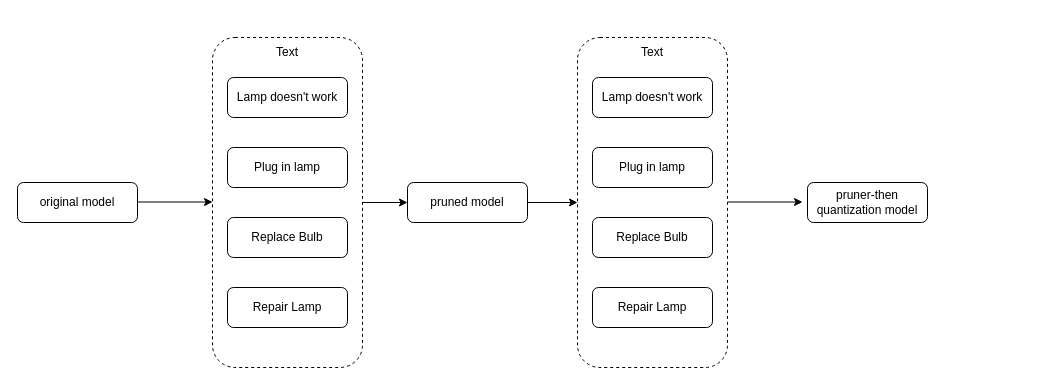
Before: 未命名绘图.drawio in Ice-wave/Ice-wave, a draw.io diagram. Source tidied: cells renumbered, new cells numbered last; positions are measured from the earlier drawing's top-left corner, leaving out a move shared by most shapes. Both pictures are drawn from the tidied source at 100%, with x=0, y=0 at pixel (17, 37).
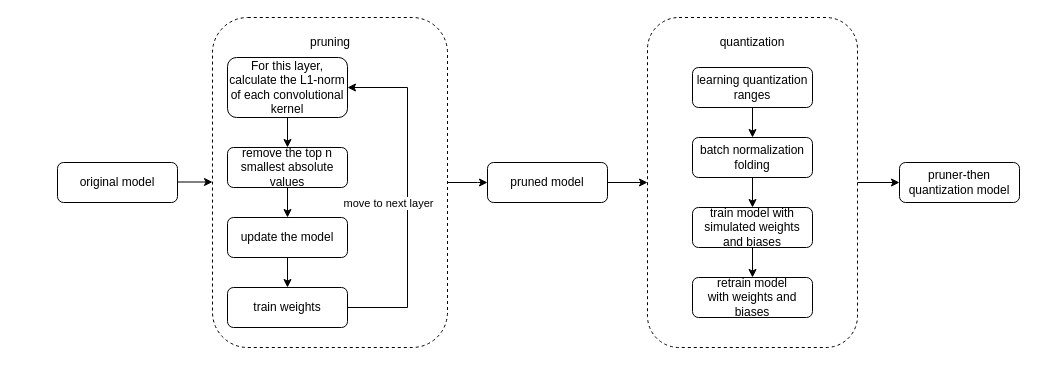
After the change.

Diff of the diagram source:
```diff
@@
     <mxCell id="2" style="edgeStyle=orthogonalEdgeStyle;rounded=0;jettySize=auto;html=1;exitX=1;exitY=0.5;exitDx=0;exitDy=0;entryX=0;entryY=0.5;entryDx=0;entryDy=0;" parent="1" edge="1" source="3" target="16">
-      <mxGeometry relative="1" as="geometry" />
+      <mxGeometry relative="1" as="geometry">
+        <Array as="points">
+          <mxPoint x="460" y="145" />
+          <mxPoint x="460" y="145" />
+        </Array>
+      </mxGeometry>
     </mxCell>
     <mxCell id="3" style="rounded=1;whiteSpace=wrap;html=1;fillColor=none;dashed=1;align=center;" parent="1" vertex="1">
-      <mxGeometry x="195" width="150" height="330" as="geometry" />
+      <mxGeometry x="195" y="-20" width="235" height="330" as="geometry" />
     </mxCell>
+    <mxCell id="21" style="edgeStyle=orthogonalEdgeStyle;rounded=0;jettySize=auto;html=1;exitX=0.5;exitY=1;exitDx=0;exitDy=0;entryX=0.5;entryY=0;entryDx=0;entryDy=0;" parent="1" edge="1" source="4" target="5">
+      <mxGeometry relative="1" as="geometry" />
+    </mxCell>
-    <mxCell id="4" value="Lamp doesn't work" style="rounded=1;whiteSpace=wrap;html=1;fontSize=12;glass=0;strokeWidth=1;shadow=0;" parent="1" vertex="1">
-      <mxGeometry x="210" y="40" width="120" height="40" as="geometry" />
+    <mxCell id="4" value="For this layer, calculate the L1-norm of each convolutional kernel" style="rounded=1;whiteSpace=wrap;html=1;fontSize=12;glass=0;strokeWidth=1;shadow=0;" parent="1" vertex="1">
+      <mxGeometry x="210" y="20" width="120" height="60" as="geometry" />
     </mxCell>
+    <mxCell id="22" style="edgeStyle=orthogonalEdgeStyle;rounded=0;jettySize=auto;html=1;exitX=0.5;exitY=1;exitDx=0;exitDy=0;" parent="1" edge="1" source="5" target="7">
+      <mxGeometry relative="1" as="geometry" />
+    </mxCell>
-    <mxCell id="5" value="Plug in lamp" style="rounded=1;whiteSpace=wrap;html=1;fontSize=12;glass=0;strokeWidth=1;shadow=0;" parent="1" vertex="1">
+    <mxCell id="5" value="remove the top n smallest absolute values" style="rounded=1;whiteSpace=wrap;html=1;fontSize=12;glass=0;strokeWidth=1;shadow=0;" parent="1" vertex="1">
       <mxGeometry x="210" y="110" width="120" height="40" as="geometry" />
     </mxCell>
-    <mxCell id="6" value="Repair Lamp" style="rounded=1;whiteSpace=wrap;html=1;fontSize=12;glass=0;strokeWidth=1;shadow=0;" parent="1" vertex="1">
+    <mxCell id="6" value="train weights" style="rounded=1;whiteSpace=wrap;html=1;fontSize=12;glass=0;strokeWidth=1;shadow=0;" parent="1" vertex="1">
       <mxGeometry x="210" y="250" width="120" height="40" as="geometry" />
     </mxCell>
+    <mxCell id="23" style="edgeStyle=orthogonalEdgeStyle;rounded=0;jettySize=auto;html=1;entryX=1;entryY=0.5;entryDx=0;entryDy=0;exitX=1;exitY=0.5;exitDx=0;exitDy=0;" parent="1" edge="1" source="6" target="4">
+      <mxGeometry relative="1" as="geometry">
+        <Array as="points">
+          <mxPoint x="390" y="270" />
+          <mxPoint x="390" y="50" />
+        </Array>
+      </mxGeometry>
+    </mxCell>
+    <mxCell id="24" value="move to next layer" style="edgeLabel;html=1;align=center;verticalAlign=middle;" parent="23" vertex="1">
+      <mxGeometry x="-0.24" y="1" relative="1" as="geometry">
+        <mxPoint x="-19" y="-36" as="offset" />
+      </mxGeometry>
+    </mxCell>
+    <mxCell id="25" style="edgeStyle=orthogonalEdgeStyle;rounded=0;jettySize=auto;html=1;exitX=0.5;exitY=1;exitDx=0;exitDy=0;entryX=0.5;entryY=0;entryDx=0;entryDy=0;" parent="1" edge="1" source="7" target="6">
+      <mxGeometry relative="1" as="geometry" />
+    </mxCell>
-    <mxCell id="7" value="Replace Bulb" style="rounded=1;whiteSpace=wrap;html=1;fontSize=12;glass=0;strokeWidth=1;shadow=0;" parent="1" vertex="1">
+    <mxCell id="7" value="update the model" style="rounded=1;whiteSpace=wrap;html=1;fontSize=12;glass=0;strokeWidth=1;shadow=0;" parent="1" vertex="1">
       <mxGeometry x="210" y="180" width="120" height="40" as="geometry" />
     </mxCell>
+    <mxCell id="26" style="edgeStyle=orthogonalEdgeStyle;rounded=0;jettySize=auto;html=1;entryX=0;entryY=0.5;entryDx=0;entryDy=0;" parent="1" edge="1" source="8" target="18">
+      <mxGeometry relative="1" as="geometry" />
+    </mxCell>
     <mxCell id="8" style="rounded=1;whiteSpace=wrap;html=1;fillColor=none;dashed=1;" parent="1" vertex="1">
-      <mxGeometry x="560" width="150" height="330" as="geometry" />
+      <mxGeometry x="630" y="-20" width="210" height="330" as="geometry" />
     </mxCell>
+    <mxCell id="27" style="edgeStyle=orthogonalEdgeStyle;rounded=0;jettySize=auto;html=1;" parent="1" edge="1" source="9" target="10">
+      <mxGeometry relative="1" as="geometry" />
+    </mxCell>
-    <mxCell id="9" value="Lamp doesn't work" style="rounded=1;whiteSpace=wrap;html=1;fontSize=12;glass=0;strokeWidth=1;shadow=0;" parent="1" vertex="1">
-      <mxGeometry x="575" y="40" width="120" height="40" as="geometry" />
+    <mxCell id="9" value="learning quantization ranges" style="rounded=1;whiteSpace=wrap;html=1;fontSize=12;glass=0;strokeWidth=1;shadow=0;" parent="1" vertex="1">
+      <mxGeometry x="675" y="30" width="120" height="40" as="geometry" />
     </mxCell>
+    <mxCell id="28" style="edgeStyle=orthogonalEdgeStyle;rounded=0;jettySize=auto;html=1;entryX=0.5;entryY=0;entryDx=0;entryDy=0;" parent="1" edge="1" source="10" target="12">
+      <mxGeometry relative="1" as="geometry" />
+    </mxCell>
-    <mxCell id="10" value="Plug in lamp" style="rounded=1;whiteSpace=wrap;html=1;fontSize=12;glass=0;strokeWidth=1;shadow=0;" parent="1" vertex="1">
-      <mxGeometry x="575" y="110" width="120" height="40" as="geometry" />
+    <mxCell id="10" value="batch normalization folding" style="rounded=1;whiteSpace=wrap;html=1;fontSize=12;glass=0;strokeWidth=1;shadow=0;" parent="1" vertex="1">
+      <mxGeometry x="675" y="100" width="120" height="40" as="geometry" />
     </mxCell>
-    <mxCell id="11" value="Repair Lamp" style="rounded=1;whiteSpace=wrap;html=1;fontSize=12;glass=0;strokeWidth=1;shadow=0;" parent="1" vertex="1">
-      <mxGeometry x="575" y="250" width="120" height="40" as="geometry" />
-    </mxCell>
+    <mxCell id="29" style="edgeStyle=orthogonalEdgeStyle;rounded=0;jettySize=auto;html=1;entryX=0.5;entryY=0;entryDx=0;entryDy=0;" parent="1" edge="1" source="12" target="30">
+      <mxGeometry relative="1" as="geometry" />
+    </mxCell>
-    <mxCell id="12" value="Replace Bulb" style="rounded=1;whiteSpace=wrap;html=1;fontSize=12;glass=0;strokeWidth=1;shadow=0;" parent="1" vertex="1">
-      <mxGeometry x="575" y="180" width="120" height="40" as="geometry" />
+    <mxCell id="12" value="train model with simulated weights and biases" style="rounded=1;whiteSpace=wrap;html=1;fontSize=12;glass=0;strokeWidth=1;shadow=0;" parent="1" vertex="1">
+      <mxGeometry x="675" y="170" width="120" height="40" as="geometry" />
     </mxCell>
     <mxCell id="13" style="endArrow=classic;html=1;rounded=0;" parent="1" edge="1">
       <mxGeometry relative="1" as="geometry">
-        <mxPoint x="120" y="164.5" as="sourcePoint" />
-        <mxPoint x="195" y="164.5" as="targetPoint" />
+        <mxPoint x="120" y="144.5" as="sourcePoint" />
+        <mxPoint x="195" y="144.5" as="targetPoint" />
       </mxGeometry>
     </mxCell>
-    <mxCell id="14" style="endArrow=classic;html=1;rounded=0;" parent="1" edge="1">
-      <mxGeometry relative="1" as="geometry">
-        <mxPoint x="710" y="164.5" as="sourcePoint" />
-        <mxPoint x="785" y="164.5" as="targetPoint" />
-      </mxGeometry>
-    </mxCell>
     <mxCell id="15" style="edgeStyle=orthogonalEdgeStyle;rounded=0;jettySize=auto;html=1;exitX=1;exitY=0.5;exitDx=0;exitDy=0;entryX=0;entryY=0.5;entryDx=0;entryDy=0;" parent="1" edge="1" source="16" target="8">
-      <mxGeometry relative="1" as="geometry" />
+      <mxGeometry relative="1" as="geometry">
+        <Array as="points">
+          <mxPoint x="630" y="145" />
+          <mxPoint x="630" y="145" />
+        </Array>
+      </mxGeometry>
     </mxCell>
     <mxCell id="16" value="pruned model" style="rounded=1;whiteSpace=wrap;html=1;fontSize=12;glass=0;strokeWidth=1;shadow=0;" parent="1" vertex="1">
-      <mxGeometry x="390" y="145" width="120" height="40" as="geometry" />
+      <mxGeometry x="470" y="125" width="120" height="40" as="geometry" />
     </mxCell>
     <mxCell id="17" value="original model" style="rounded=1;whiteSpace=wrap;html=1;fontSize=12;glass=0;strokeWidth=1;shadow=0;" parent="1" vertex="1">
-      <mxGeometry y="145" width="120" height="40" as="geometry" />
+      <mxGeometry x="40" y="125" width="120" height="40" as="geometry" />
     </mxCell>
     <mxCell id="18" value="pruner-then quantization model" style="rounded=1;whiteSpace=wrap;html=1;fontSize=12;glass=0;strokeWidth=1;shadow=0;" parent="1" vertex="1">
-      <mxGeometry x="790" y="145" width="120" height="40" as="geometry" />
+      <mxGeometry x="882" y="125" width="120" height="40" as="geometry" />
     </mxCell>
-    <mxCell id="19" value="Text" style="text;html=1;strokeColor=none;fillColor=none;align=center;verticalAlign=middle;whiteSpace=wrap;rounded=0;" parent="1" vertex="1">
-      <mxGeometry x="240" width="60" height="30" as="geometry" />
+    <mxCell id="19" value="pruning" style="text;html=1;strokeColor=none;fillColor=none;align=center;verticalAlign=middle;whiteSpace=wrap;rounded=0;" parent="1" vertex="1">
+      <mxGeometry x="282.5" y="-10" width="60" height="30" as="geometry" />
     </mxCell>
-    <mxCell id="20" value="Text" style="text;html=1;strokeColor=none;fillColor=none;align=center;verticalAlign=middle;whiteSpace=wrap;rounded=0;" parent="1" vertex="1">
-      <mxGeometry x="605" width="60" height="30" as="geometry" />
+    <mxCell id="20" value="quantization" style="text;html=1;strokeColor=none;fillColor=none;align=center;verticalAlign=middle;whiteSpace=wrap;rounded=0;" parent="1" vertex="1">
+      <mxGeometry x="705" y="-10" width="60" height="30" as="geometry" />
     </mxCell>
+    <mxCell id="30" value="retrain model with&amp;nbsp;weights and biases" style="rounded=1;whiteSpace=wrap;html=1;fontSize=12;glass=0;strokeWidth=1;shadow=0;" parent="1" vertex="1">
+      <mxGeometry x="675" y="240" width="120" height="40" as="geometry" />
+    </mxCell>
```
